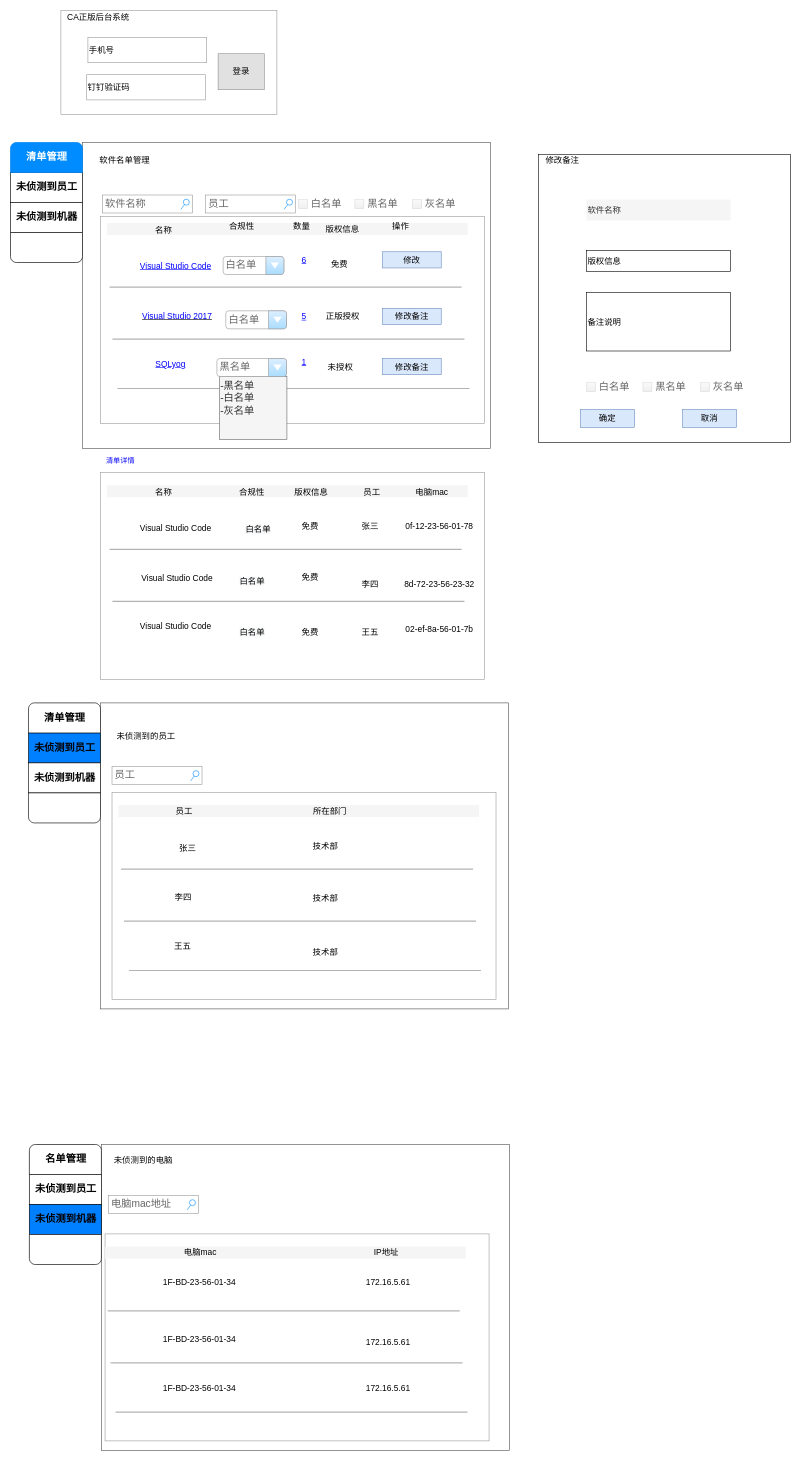
Before: page "后端 v2" (5 of 6) of 正版软件管理.drawio in mashifei/uml, a draw.io diagram. Source tidied: cells renumbered, new cells numbered last; positions are measured from the earlier drawing's top-left corner, leaving out a move shared by most shapes. Both pictures are drawn from the tidied source at 60%, with x=0, y=0 at pixel (10, 10).
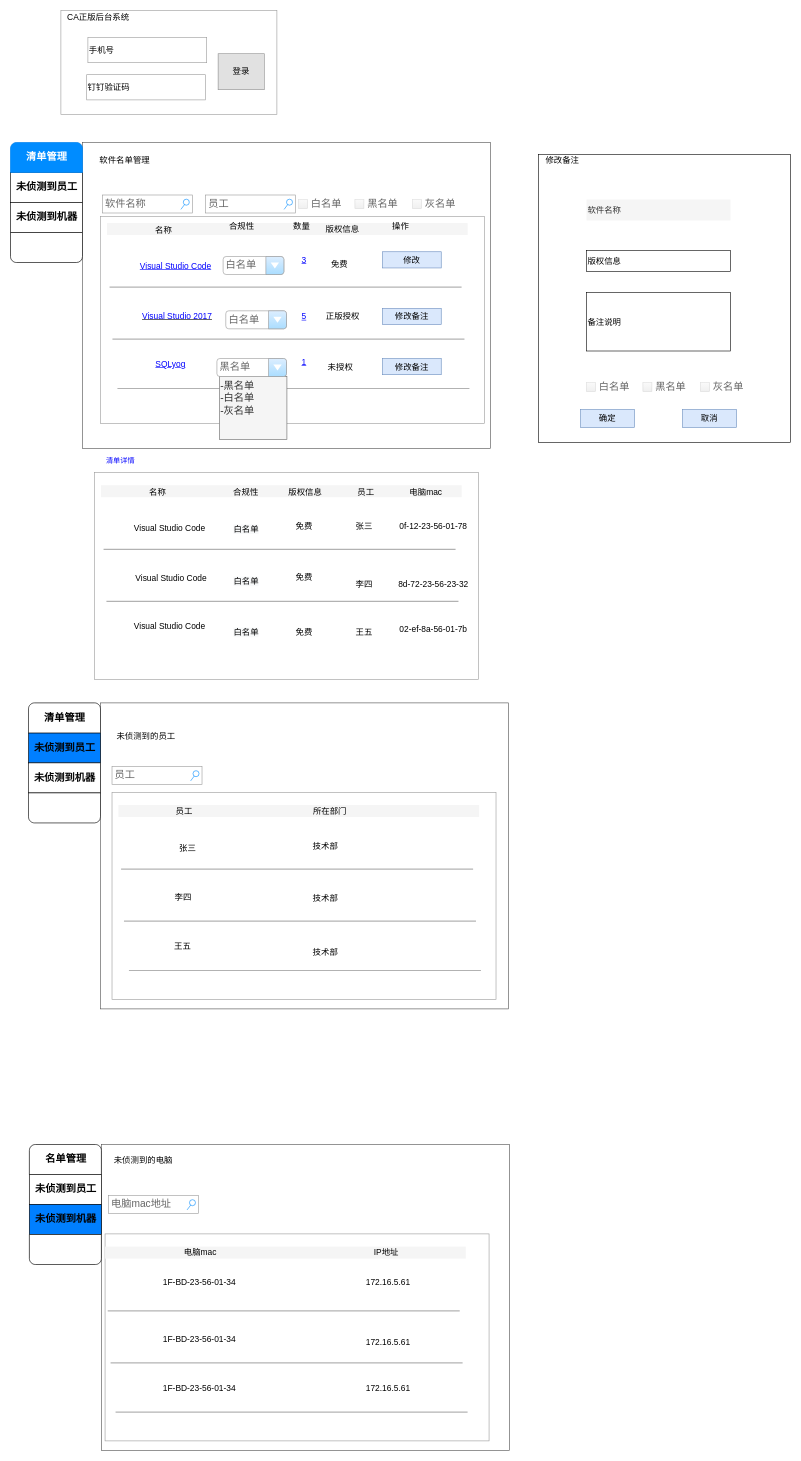
Above is the later version.

The change refers to these unchanged cells:
```xml
<mxCell id="9" style="group;" parent="1" vertex="1">
  <mxGeometry x="150" y="350" width="640" height="370" as="geometry" />
</mxCell>
<mxCell id="105" style="group;" parent="104" vertex="1">
  <mxGeometry x="3" y="37" width="640" height="335" as="geometry" />
</mxCell>
```

Diff of the diagram source:
```diff
@@
-    <mxCell id="28" value="6" style="text;html=1;strokeColor=none;fillColor=none;align=center;verticalAlign=middle;whiteSpace=wrap;rounded=0;shadow=0;sketch=0;fontSize=14;opacity=30;fontStyle=4;fontColor=#0000FF;" parent="9" vertex="1">
+    <mxCell id="28" value="3" style="text;html=1;strokeColor=none;fillColor=none;align=center;verticalAlign=middle;whiteSpace=wrap;rounded=0;shadow=0;sketch=0;fontSize=14;opacity=30;fontStyle=4;fontColor=#0000FF;" parent="9" vertex="1">
       <mxGeometry x="320" y="55.6" width="38.8" height="20" as="geometry" />
     </mxCell>
@@
     <mxCell id="106" style="group;" parent="105" vertex="1">
-      <mxGeometry width="640" height="335" as="geometry" />
+      <mxGeometry x="-10" width="640" height="335" as="geometry" />
     </mxCell>
@@
     <mxCell id="127" value="&lt;span style=&quot;color: rgb(0 , 0 , 0) ; font-family: &amp;#34;helvetica&amp;#34; ; font-size: 14px ; font-style: normal ; font-weight: 400 ; letter-spacing: normal ; text-align: center ; text-indent: 0px ; text-transform: none ; word-spacing: 0px ; background-color: rgb(248 , 249 , 250) ; display: inline ; float: none&quot;&gt;白名单&lt;/span&gt;" style="text;whiteSpace=wrap;html=1;fontColor=#0000FF;" parent="106" vertex="1">
-      <mxGeometry x="240" y="73.2" width="50" height="30" as="geometry" />
+      <mxGeometry x="230" y="73.2" width="50" height="30" as="geometry" />
     </mxCell>
```
